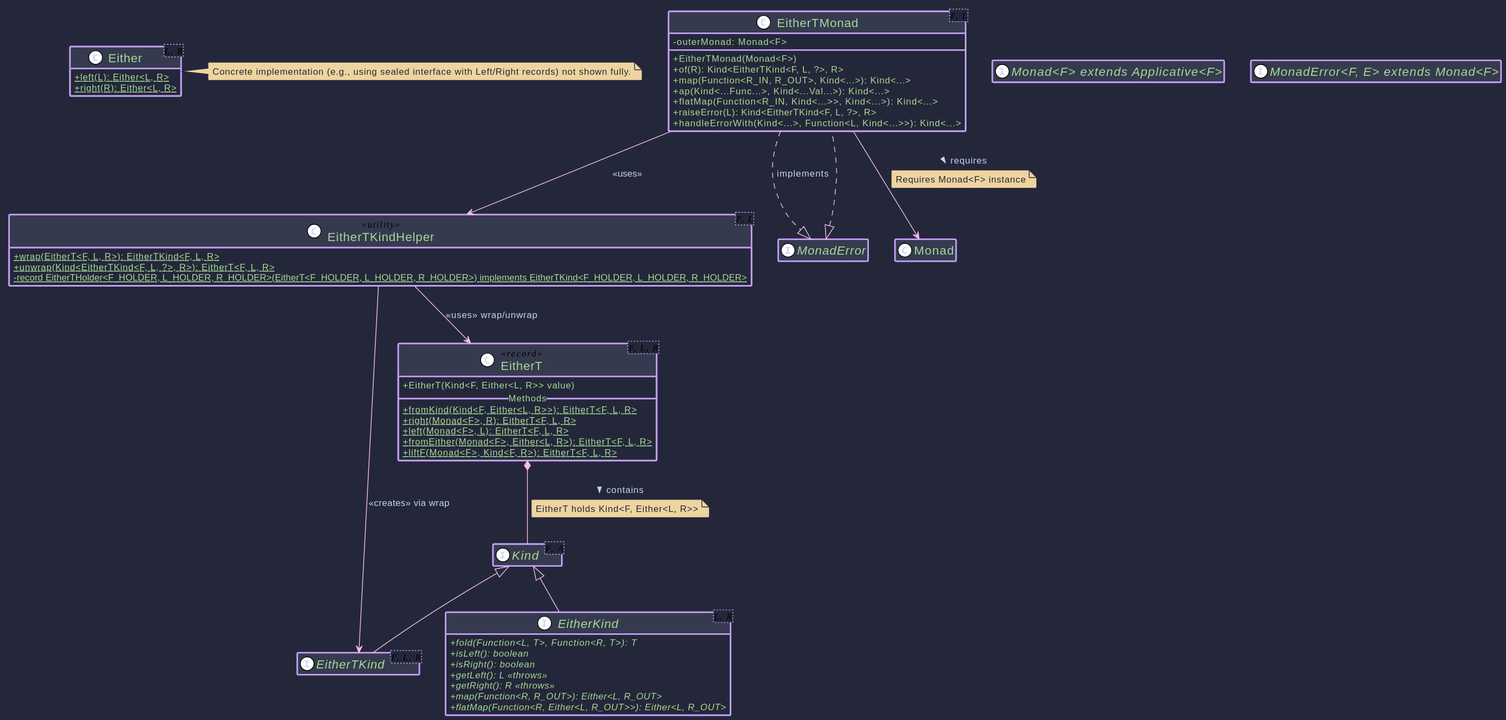
This is hkj-book/src/images/puml/eithert_transformer.svg from higher-kinded-j/higher-kinded-j, a PlantUML export, as it was before one commit.
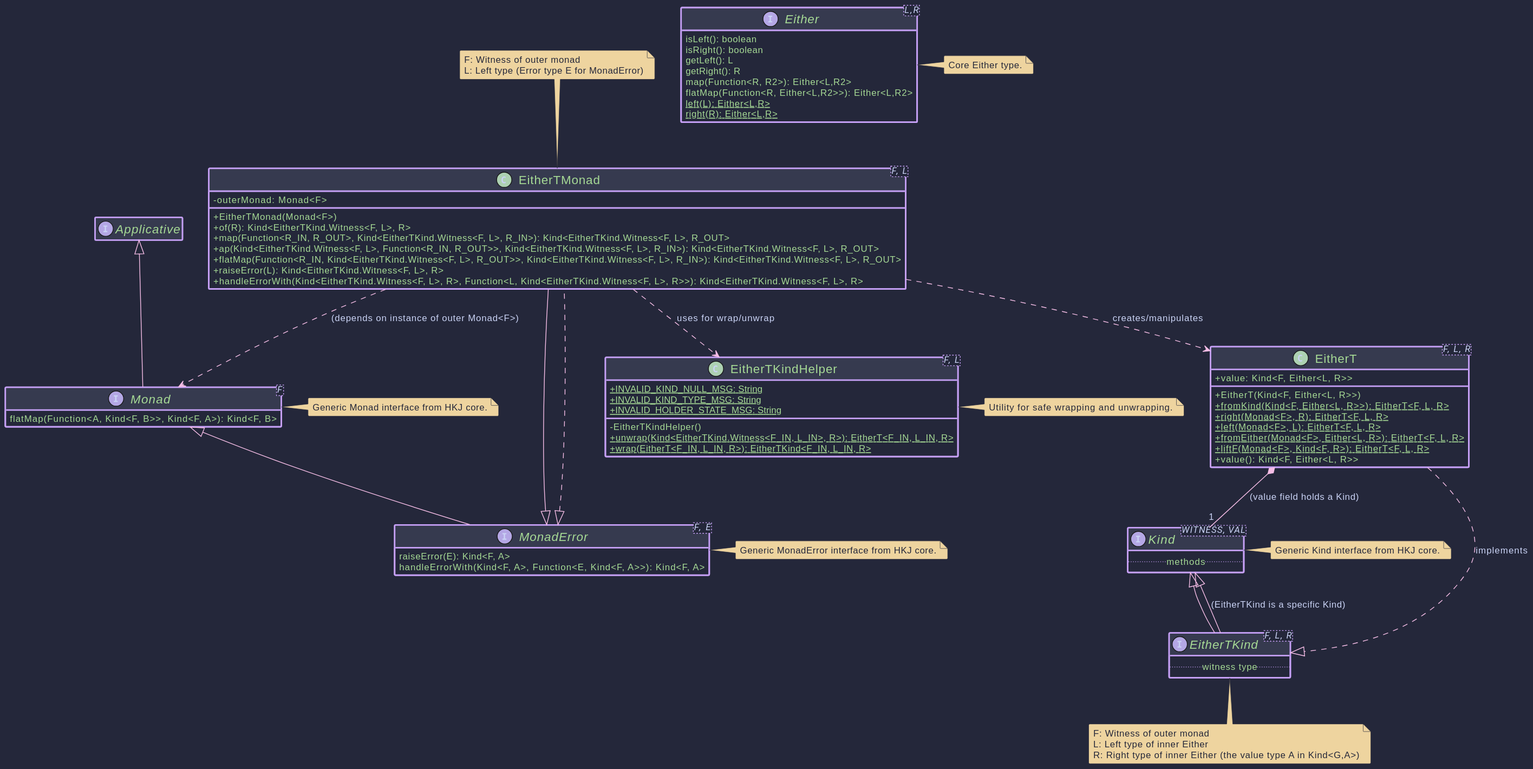
After the change.

Diff of the diagram source:
```diff
@@ -1,75 +1,96 @@
 @startuml
-!theme plain
 !include https://raw.githubusercontent.com/ncosta-ic/catppuccin-macchiato-plantuml-theme/main/theme.puml
+
 skinparam classAttributeIconSize 0
 skinparam defaultFontName "Roboto, Helvetica"
 hide empty members
 
-interface Kind<F, A>
 
-interface "Monad<F> extends Applicative<F>"
-interface "MonadError<F, E> extends Monad<F>"
+  interface Kind<WITNESS, VAL> {
+    .. methods ..
+  }
+  note right of Kind: Generic Kind interface from HKJ core.
 
-interface EitherKind<L, R> extends Kind<EitherKind<L, ?>, R> {
-  + {abstract} fold(Function<L, T>, Function<R, T>): T
-  + {abstract} isLeft(): boolean
-  + {abstract} isRight(): boolean
-  + {abstract} getLeft(): L <<throws>>
-  + {abstract} getRight(): R <<throws>>
-  + {abstract} map(Function<R, R_OUT>): Either<L, R_OUT>
-  + {abstract} flatMap(Function<R, Either<L, R_OUT>>): Either<L, R_OUT>
-}
-class Either<L, R> {
-  + {static} left(L): Either<L, R>
-  + {static} right(R): Either<L, R>
-}
-note right of Either: Concrete implementation (e.g., using sealed interface with Left/Right records) not shown fully.
+  interface Monad<F> extends Applicative<F> {
+    flatMap(Function<A, Kind<F, B>>, Kind<F, A>): Kind<F, B>
+  }
+  note right of Monad: Generic Monad interface from HKJ core.
+
+  interface MonadError<F, E> extends Monad<F> {
+    raiseError(E): Kind<F, A>
+    handleErrorWith(Kind<F, A>, Function<E, Kind<F, A>>): Kind<F, A>
+  }
+  note right of MonadError: Generic MonadError interface from HKJ core.
 
 
-interface EitherTKind<F, L, R> extends Kind<EitherTKind<F, L, ?>, R> {
-}
+  class EitherT<F, L, R> {
+    + value: Kind<F, Either<L, R>>
+    + EitherT(Kind<F, Either<L, R>>)
+    + {static} fromKind(Kind<F, Either<L, R>>): EitherT<F, L, R>
+    + {static} right(Monad<F>, R): EitherT<F, L, R>
+    + {static} left(Monad<F>, L): EitherT<F, L, R>
+    + {static} fromEither(Monad<F>, Either<L, R>): EitherT<F, L, R>
+    + {static} liftF(Monad<F>, Kind<F, R>): EitherT<F, L, R>
+    + value(): Kind<F, Either<L, R>>
+  }
 
-class EitherT<F, L, R> <<record>> {
-  + EitherT(Kind<F, Either<L, R>> value)
-  __ Methods __
-  + {static} fromKind(Kind<F, Either<L, R>>): EitherT<F, L, R>
-  + {static} right(Monad<F>, R): EitherT<F, L, R>
-  + {static} left(Monad<F>, L): EitherT<F, L, R>
-  + {static} fromEither(Monad<F>, Either<L, R>): EitherT<F, L, R>
-  + {static} liftF(Monad<F>, Kind<F, R>): EitherT<F, L, R>
-}
+  interface EitherTKind<F, L, R> extends Kind<EitherTKind.Witness<F, L>, R> {
+    .. witness type ..
+  }
+  note bottom of EitherTKind
+    F: Witness of outer monad
+    L: Left type of inner Either
+    R: Right type of inner Either (the value type A in Kind<G,A>)
+  end note
 
-class EitherTKindHelper<F, L> <<utility>> {
-  + {static} wrap(EitherT<F, L, R>): EitherTKind<F, L, R>
-  + {static} unwrap(Kind<EitherTKind<F, L, ?>, R>): EitherT<F, L, R>
-  - {static} record EitherTHolder<F_HOLDER, L_HOLDER, R_HOLDER>(EitherT<F_HOLDER, L_HOLDER, R_HOLDER>) implements EitherTKind<F_HOLDER, L_HOLDER, R_HOLDER>
-}
+  EitherT ..|> EitherTKind : implements
 
-class EitherTMonad<F, L> implements MonadError<EitherTKind<F, L, ?>, L> {
-  - outerMonad: Monad<F>
-  + EitherTMonad(Monad<F>)
-  + of(R): Kind<EitherTKind<F, L, ?>, R>
-  + map(Function<R_IN, R_OUT>, Kind<...>): Kind<...>
-  + ap(Kind<...Func...>, Kind<...Val...>): Kind<...>
-  + flatMap(Function<R_IN, Kind<...>>, Kind<...>): Kind<...>
-  + raiseError(L): Kind<EitherTKind<F, L, ?>, R>
-  + handleErrorWith(Kind<...>, Function<L, Kind<...>>): Kind<...>
-}
+  class EitherTKindHelper<F, L> {
+    + {static} INVALID_KIND_NULL_MSG: String
+    + {static} INVALID_KIND_TYPE_MSG: String
+    + {static} INVALID_HOLDER_STATE_MSG: String
+    - EitherTKindHelper()
+    + {static} unwrap(Kind<EitherTKind.Witness<F_IN, L_IN>, R>): EitherT<F_IN, L_IN, R>
+    + {static} wrap(EitherT<F_IN, L_IN, R>): EitherTKind<F_IN, L_IN, R>
+  }
+  note right of EitherTKindHelper: Utility for safe wrapping and unwrapping.
 
 
-EitherT *-- Kind : contains >
-note on link: EitherT holds Kind<F, Either<L, R>>
+  class EitherTMonad<F, L> implements MonadError<EitherTKind.Witness<F, L>, L> {
+    - outerMonad: Monad<F>
+    + EitherTMonad(Monad<F>)
+    + of(R): Kind<EitherTKind.Witness<F, L>, R>
+    + map(Function<R_IN, R_OUT>, Kind<EitherTKind.Witness<F, L>, R_IN>): Kind<EitherTKind.Witness<F, L>, R_OUT>
+    + ap(Kind<EitherTKind.Witness<F, L>, Function<R_IN, R_OUT>>, Kind<EitherTKind.Witness<F, L>, R_IN>): Kind<EitherTKind.Witness<F, L>, R_OUT>
+    + flatMap(Function<R_IN, Kind<EitherTKind.Witness<F, L>, R_OUT>>, Kind<EitherTKind.Witness<F, L>, R_IN>): Kind<EitherTKind.Witness<F, L>, R_OUT>
+    + raiseError(L): Kind<EitherTKind.Witness<F, L>, R>
+    + handleErrorWith(Kind<EitherTKind.Witness<F, L>, R>, Function<L, Kind<EitherTKind.Witness<F, L>, R>>): Kind<EitherTKind.Witness<F, L>, R>
+  }
+  note top of EitherTMonad
+    F: Witness of outer monad
+    L: Left type (Error type E for MonadError)
+  end note
 
-EitherTKindHelper --> EitherT : <<uses>> wrap/unwrap
-EitherTKindHelper --> EitherTKind : <<creates>> via wrap
+  EitherTMonad ..> EitherTKindHelper : uses for wrap/unwrap
+  EitherTMonad ..> EitherT : creates/manipulates
+  EitherTMonad ..> Monad : (depends on instance of outer Monad<F>)
+  EitherTMonad --|> MonadError
 
-EitherTKindHelper +-- EitherTKindHelper.EitherTHolder : internal record >
-EitherTKindHelper.EitherTHolder ..|> EitherTKind : implements
-EitherTKindHelper.EitherTHolder *-- EitherT : holds >
 
-EitherTMonad --> EitherTKindHelper : <<uses>>
-EitherTMonad --> Monad : requires >
-note on link: Requires Monad<F> instance
+    interface Either<L,R> {
+       isLeft(): boolean
+       isRight(): boolean
+       getLeft(): L
+       getRight(): R
+       map(Function<R, R2>): Either<L,R2>
+       flatMap(Function<R, Either<L,R2>>): Either<L,R2>
+       {static} left(L): Either<L,R>
+       {static} right(R): Either<L,R>
+    }
+    note right of Either: Core Either type.
 
-EitherTMonad ..|> MonadError : implements
+
+  EitherT *-- "1" Kind : (value field holds a Kind)
+  Kind <|-- EitherTKind : (EitherTKind is a specific Kind)
+
 @enduml
```
